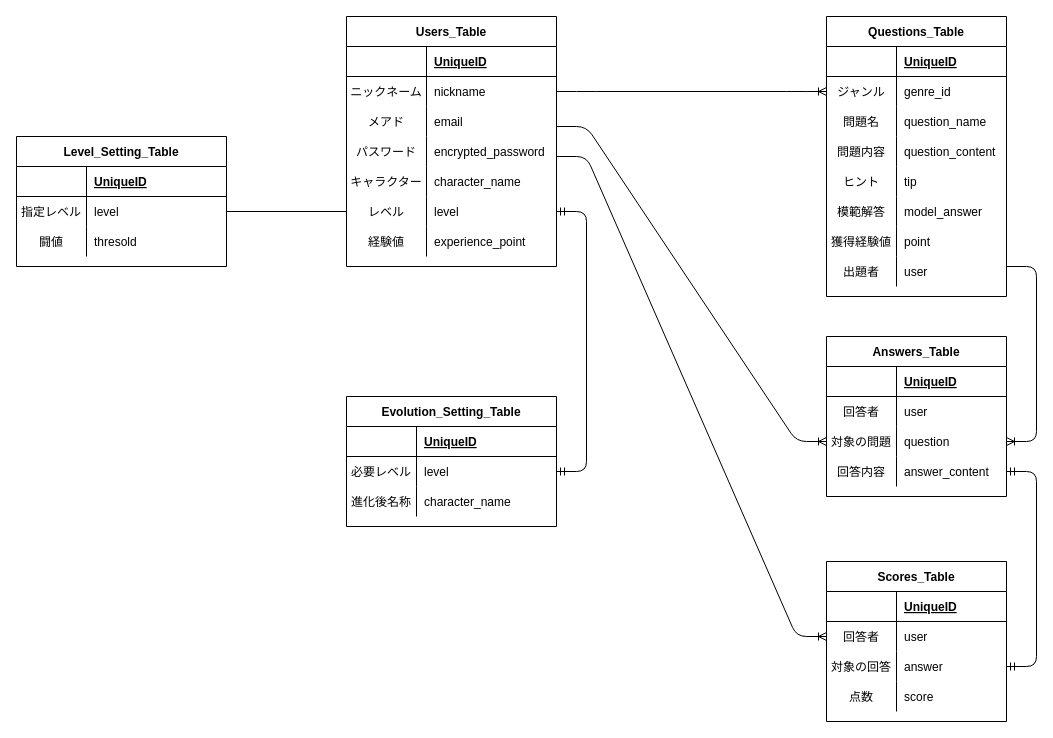
naoyanman-hashimoto/spp_app keeps this draw.io diagram as spp_app.dio. Above is the earlier version. Source tidied: cells renumbered, new cells numbered last; positions are measured from the earlier drawing's top-left corner, leaving out a move shared by most shapes. Both pictures are drawn from the tidied source at 100%, with x=0, y=0 at pixel (16, 16).
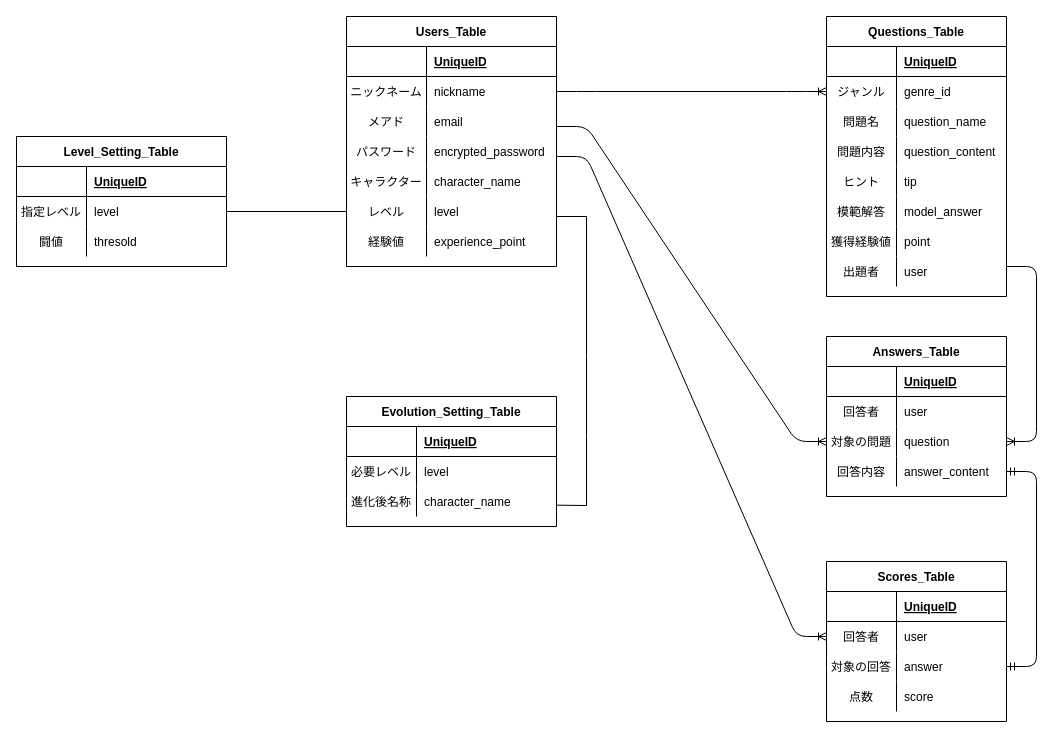
Above is the later version.

Commit message (it also covers changes not shown here):
READMEとER図の修正

Unchanged cells that the change refers to:
```xml
<mxCell id="18" style="shape=partialRectangle;fillColor=none;top=0;left=0;bottom=0;right=0;points=[[0,0.5],[1,0.5]];portConstraint=eastwest;" parent="2" vertex="1">
  <mxGeometry y="180" width="210" height="30" as="geometry" />
</mxCell>
<mxCell id="76" style="shape=partialRectangle;fillColor=none;top=0;left=0;bottom=0;right=0;points=[[0,0.5],[1,0.5]];portConstraint=eastwest;" parent="72" vertex="1">
  <mxGeometry y="60" width="210" height="30" as="geometry" />
</mxCell>
<mxCell id="79" style="shape=partialRectangle;fillColor=none;top=0;left=0;bottom=0;right=0;points=[[0,0.5],[1,0.5]];portConstraint=eastwest;" parent="72" vertex="1">
  <mxGeometry y="90" width="210" height="30" as="geometry" />
</mxCell>
```

What changed in the source:
```diff
@@
-    <mxCell id="96" style="edgeStyle=entityRelationEdgeStyle;fontSize=12;html=1;endArrow=ERmandOne;startArrow=ERmandOne;exitX=1;exitY=0.5;exitDx=0;exitDy=0;" parent="1" edge="1" source="76" target="18">
-      <mxGeometry relative="1" as="geometry" />
-    </mxCell>
@@
+    <mxCell id="102" style="endArrow=none;html=1;rounded=0;exitX=1;exitY=0.5;exitDx=0;exitDy=0;entryX=1;entryY=0.622;entryDx=0;entryDy=0;entryPerimeter=0;" parent="1" edge="1" target="79">
+      <mxGeometry relative="1" as="geometry">
+        <mxPoint x="540" y="200" as="sourcePoint" />
+        <Array as="points">
+          <mxPoint x="570" y="200" />
+          <mxPoint x="570" y="340" />
+          <mxPoint x="570" y="420" />
+          <mxPoint x="570" y="489" />
+        </Array>
+      </mxGeometry>
+    </mxCell>
```
